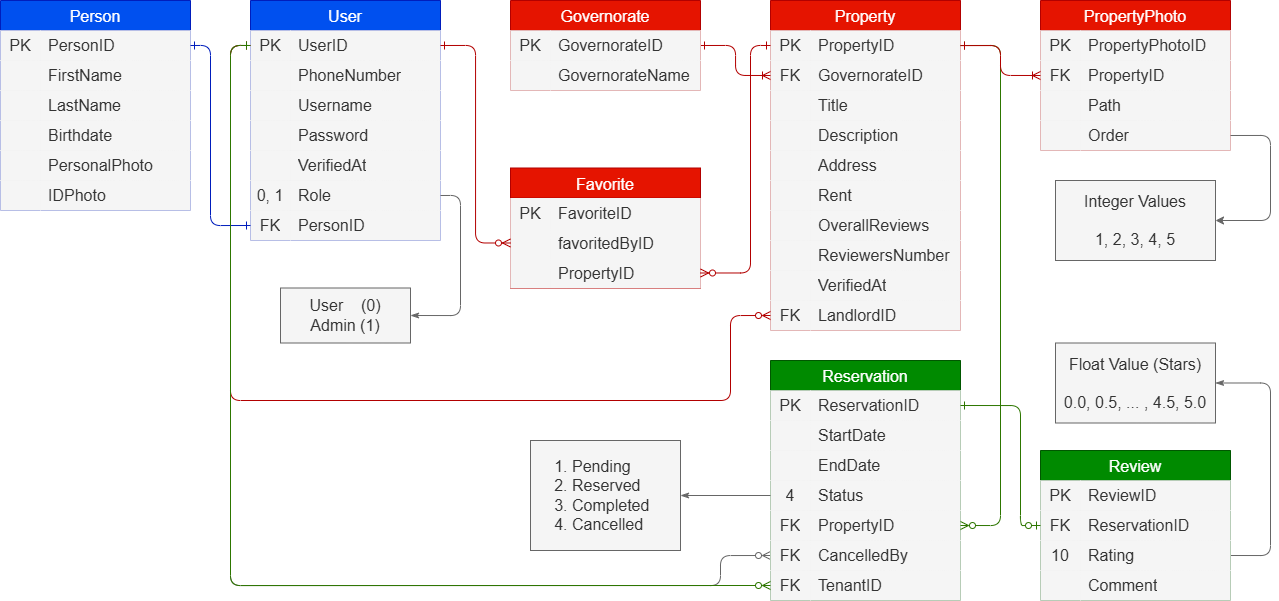
Before: database/diagrams/renting_app_database.png, a diagram exported from draw.io (KareemAlHamwi/Renting-App). Source tidied: cells renumbered, new cells last; positions are measured from the earlier drawing's top-left corner, leaving out a move shared by most shapes.
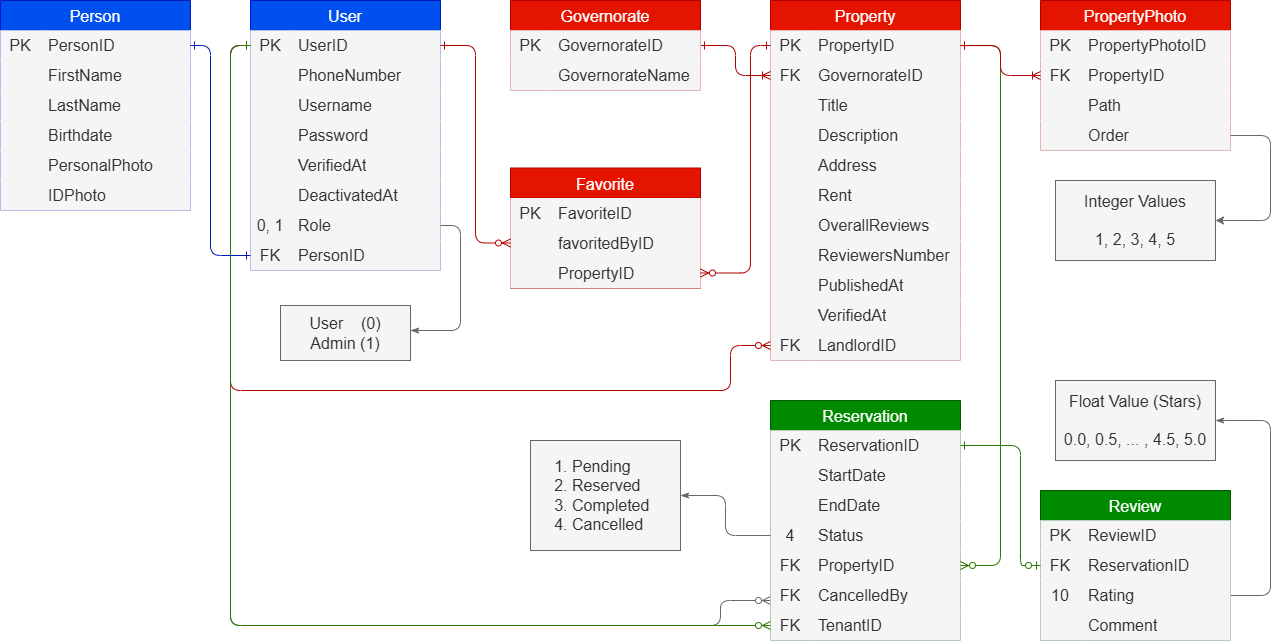
The same file after the commit.

Diff of the diagram source:
```diff
@@ -2,14 +2,14 @@
   <root>
     <mxCell id="0" />
     <mxCell id="1" parent="0" />
-    <mxCell id="2" style="edgeStyle=orthogonalEdgeStyle;html=1;exitX=0;exitY=0.5;exitDx=0;exitDy=0;fontSize=16;startArrow=ERone;startFill=0;endArrow=ERzeroToMany;endFill=0;shadow=0;fontColor=light-dark(#333333,#FFFFFF);entryX=0;entryY=0.5;entryDx=0;entryDy=0;strokeColor=#666666;" parent="1" edge="1" target="91">
+    <mxCell id="2" style="edgeStyle=orthogonalEdgeStyle;html=1;exitX=0;exitY=0.5;exitDx=0;exitDy=0;fontSize=16;startArrow=ERone;startFill=0;endArrow=ERzeroToMany;endFill=0;shadow=0;fontColor=light-dark(#333333,#FFFFFF);entryX=0;entryY=0.5;entryDx=0;entryDy=0;strokeColor=#666666;" parent="1" edge="1" source="23">
       <mxGeometry relative="1" as="geometry">
-        <mxPoint x="250" y="45" as="sourcePoint" />
+        <mxPoint x="770" y="600" as="targetPoint" />
         <Array as="points">
           <mxPoint x="230" y="45" />
-          <mxPoint x="230" y="585" />
-          <mxPoint x="720" y="585" />
-          <mxPoint x="720" y="555" />
+          <mxPoint x="230" y="625" />
+          <mxPoint x="720" y="625" />
+          <mxPoint x="720" y="600" />
         </Array>
       </mxGeometry>
     </mxCell>
@@ -71,7 +71,7 @@
       <mxGeometry x="40" width="150" height="30" as="geometry" />
     </mxCell>
     <mxCell id="22" value="User" style="shape=table;startSize=30;rowLines=0;fontStyle=0;fontSize=16;shadow=0;fillColor=#0050ef;strokeColor=#001DBC;fontColor=#ffffff;" parent="1" vertex="1">
-      <mxGeometry x="250" width="190" height="240" as="geometry" />
+      <mxGeometry x="250" width="190" height="270" as="geometry" />
     </mxCell>
     <mxCell id="23" style="shape=tableRow;horizontal=0;startSize=0;swimlaneHead=0;swimlaneBody=0;top=0;left=0;bottom=0;right=0;fillColor=#f5f5f5;points=[[0,0.5],[1,0.5]];portConstraint=eastwest;fontSize=16;shadow=0;strokeColor=#666666;fontColor=light-dark(#333333,#FFFFFF);" parent="22" vertex="1">
       <mxGeometry y="30" width="190" height="30" as="geometry" />
@@ -118,8 +118,17 @@
     <mxCell id="37" value="VerifiedAt" style="shape=partialRectangle;html=1;whiteSpace=wrap;fillColor=#f5f5f5;top=0;left=0;bottom=0;right=0;align=left;spacingLeft=6;overflow=hidden;fontSize=16;shadow=0;strokeColor=#666666;fontColor=light-dark(#333333,#FFFFFF);" parent="35" vertex="1">
       <mxGeometry x="40" width="150" height="30" as="geometry" />
     </mxCell>
+    <mxCell id="157" style="shape=tableRow;horizontal=0;startSize=0;swimlaneHead=0;swimlaneBody=0;top=0;left=0;bottom=0;right=0;fillColor=#f5f5f5;fontSize=16;shadow=0;strokeColor=#666666;fontColor=light-dark(#333333,#FFFFFF);" parent="22" vertex="1">
+      <mxGeometry y="180" width="190" height="30" as="geometry" />
+    </mxCell>
+    <mxCell id="158" style="shape=partialRectangle;html=1;whiteSpace=wrap;fillColor=#f5f5f5;top=0;left=0;bottom=0;right=0;overflow=hidden;fontSize=16;shadow=0;strokeColor=#666666;fontColor=light-dark(#333333,#FFFFFF);" parent="157" vertex="1">
+      <mxGeometry width="40" height="30" as="geometry" />
+    </mxCell>
+    <mxCell id="159" value="DeactivatedAt" style="shape=partialRectangle;html=1;whiteSpace=wrap;fillColor=#f5f5f5;top=0;left=0;bottom=0;right=0;align=left;spacingLeft=6;overflow=hidden;fontSize=16;shadow=0;strokeColor=#666666;fontColor=light-dark(#333333,#FFFFFF);" parent="157" vertex="1">
+      <mxGeometry x="40" width="150" height="30" as="geometry" />
+    </mxCell>
     <mxCell id="38" style="shape=tableRow;horizontal=0;startSize=0;swimlaneHead=0;swimlaneBody=0;top=0;left=0;bottom=0;right=0;fillColor=#f5f5f5;points=[[0,0.5],[1,0.5]];portConstraint=eastwest;fontSize=16;shadow=0;strokeColor=#666666;fontColor=light-dark(#333333,#FFFFFF);" parent="22" vertex="1">
-      <mxGeometry y="180" width="190" height="30" as="geometry" />
+      <mxGeometry y="210" width="190" height="30" as="geometry" />
     </mxCell>
     <mxCell id="39" value="0, 1" style="shape=partialRectangle;html=1;whiteSpace=wrap;fillColor=#f5f5f5;top=0;left=0;bottom=0;right=0;overflow=hidden;fontSize=16;shadow=0;strokeColor=#666666;fontColor=light-dark(#333333,#FFFFFF);" parent="38" vertex="1">
       <mxGeometry width="40" height="30" as="geometry" />
@@ -128,7 +137,7 @@
       <mxGeometry x="40" width="150" height="30" as="geometry" />
     </mxCell>
     <mxCell id="41" style="shape=tableRow;horizontal=0;startSize=0;swimlaneHead=0;swimlaneBody=0;top=0;left=0;bottom=0;right=0;fillColor=#f5f5f5;points=[[0,0.5],[1,0.5]];portConstraint=eastwest;fontSize=16;shadow=0;strokeColor=#666666;fontColor=light-dark(#333333,#FFFFFF);" parent="22" vertex="1">
-      <mxGeometry y="210" width="190" height="30" as="geometry" />
+      <mxGeometry y="240" width="190" height="30" as="geometry" />
     </mxCell>
     <mxCell id="42" value="FK" style="shape=partialRectangle;html=1;whiteSpace=wrap;fillColor=#f5f5f5;top=0;left=0;bottom=0;right=0;overflow=hidden;fontSize=16;shadow=0;strokeColor=#666666;fontColor=light-dark(#333333,#FFFFFF);" parent="41" vertex="1">
       <mxGeometry width="40" height="30" as="geometry" />
@@ -137,7 +146,7 @@
       <mxGeometry x="40" width="150" height="30" as="geometry" />
     </mxCell>
     <mxCell id="44" value="Property" style="shape=table;startSize=30;rowLines=0;fontStyle=0;fontSize=16;shadow=0;fillColor=#e51400;strokeColor=#B20000;fontColor=#ffffff;" parent="1" vertex="1">
-      <mxGeometry x="770" width="190" height="330" as="geometry" />
+      <mxGeometry x="770" width="190" height="360" as="geometry" />
     </mxCell>
     <mxCell id="45" style="shape=tableRow;horizontal=0;startSize=0;swimlaneHead=0;swimlaneBody=0;top=0;left=0;bottom=0;right=0;fillColor=#f5f5f5;points=[[0,0.5],[1,0.5]];portConstraint=eastwest;fontSize=16;shadow=0;strokeColor=#666666;fontColor=light-dark(#333333,#FFFFFF);" parent="44" vertex="1">
       <mxGeometry y="30" width="190" height="30" as="geometry" />
@@ -211,8 +220,17 @@
     <mxCell id="68" value="ReviewersNumber" style="shape=partialRectangle;html=1;whiteSpace=wrap;fillColor=#f5f5f5;top=0;left=0;bottom=0;right=0;align=left;spacingLeft=6;overflow=hidden;fontSize=16;shadow=0;strokeColor=#666666;fontColor=light-dark(#333333,#FFFFFF);" parent="66" vertex="1">
       <mxGeometry x="40" width="150" height="30" as="geometry" />
     </mxCell>
+    <mxCell id="160" style="shape=tableRow;horizontal=0;startSize=0;swimlaneHead=0;swimlaneBody=0;top=0;left=0;bottom=0;right=0;fillColor=#f5f5f5;fontSize=16;shadow=0;strokeColor=#666666;fontColor=light-dark(#333333,#FFFFFF);" parent="44" vertex="1">
+      <mxGeometry y="270" width="190" height="30" as="geometry" />
+    </mxCell>
+    <mxCell id="161" style="shape=partialRectangle;html=1;whiteSpace=wrap;fillColor=#f5f5f5;top=0;left=0;bottom=0;right=0;overflow=hidden;fontSize=16;shadow=0;strokeColor=#666666;fontColor=light-dark(#333333,#FFFFFF);" parent="160" vertex="1">
+      <mxGeometry width="40" height="30" as="geometry" />
+    </mxCell>
+    <mxCell id="162" value="PublishedAt" style="shape=partialRectangle;html=1;whiteSpace=wrap;fillColor=#f5f5f5;top=0;left=0;bottom=0;right=0;align=left;spacingLeft=6;overflow=hidden;fontSize=16;shadow=0;strokeColor=#666666;fontColor=light-dark(#333333,#FFFFFF);" parent="160" vertex="1">
+      <mxGeometry x="40" width="150" height="30" as="geometry" />
+    </mxCell>
     <mxCell id="69" style="shape=tableRow;horizontal=0;startSize=0;swimlaneHead=0;swimlaneBody=0;top=0;left=0;bottom=0;right=0;fillColor=#f5f5f5;fontSize=16;shadow=0;strokeColor=#666666;fontColor=light-dark(#333333,#FFFFFF);" parent="44" vertex="1">
-      <mxGeometry y="270" width="190" height="30" as="geometry" />
+      <mxGeometry y="300" width="190" height="30" as="geometry" />
     </mxCell>
     <mxCell id="70" style="shape=partialRectangle;html=1;whiteSpace=wrap;fillColor=#f5f5f5;top=0;left=0;bottom=0;right=0;overflow=hidden;fontSize=16;shadow=0;strokeColor=#666666;fontColor=light-dark(#333333,#FFFFFF);" parent="69" vertex="1">
       <mxGeometry width="40" height="30" as="geometry" />
@@ -221,7 +239,7 @@
       <mxGeometry x="40" width="150" height="30" as="geometry" />
     </mxCell>
     <mxCell id="72" style="shape=tableRow;horizontal=0;startSize=0;swimlaneHead=0;swimlaneBody=0;top=0;left=0;bottom=0;right=0;fillColor=#f5f5f5;points=[[0,0.5],[1,0.5]];portConstraint=eastwest;fontSize=16;shadow=0;strokeColor=#666666;fontColor=light-dark(#333333,#FFFFFF);" parent="44" vertex="1">
-      <mxGeometry y="300" width="190" height="30" as="geometry" />
+      <mxGeometry y="330" width="190" height="30" as="geometry" />
     </mxCell>
     <mxCell id="73" value="FK" style="shape=partialRectangle;html=1;whiteSpace=wrap;fillColor=#f5f5f5;top=0;left=0;bottom=0;right=0;overflow=hidden;fontSize=16;shadow=0;strokeColor=#666666;fontColor=light-dark(#333333,#FFFFFF);" parent="72" vertex="1">
       <mxGeometry width="40" height="30" as="geometry" />
@@ -230,7 +248,7 @@
       <mxGeometry x="40" width="150" height="30" as="geometry" />
     </mxCell>
     <mxCell id="75" value="Reservation" style="shape=table;startSize=30;rowLines=0;fontStyle=0;fontSize=16;shadow=0;fillColor=#008a00;strokeColor=#005700;fontColor=#ffffff;" parent="1" vertex="1">
-      <mxGeometry x="770" y="360" width="190" height="240" as="geometry" />
+      <mxGeometry x="770" y="400" width="190" height="240" as="geometry" />
     </mxCell>
     <mxCell id="76" style="shape=tableRow;horizontal=0;startSize=0;swimlaneHead=0;swimlaneBody=0;top=0;left=0;bottom=0;right=0;fillColor=#f5f5f5;points=[[0,0.5],[1,0.5]];portConstraint=eastwest;fontSize=16;shadow=0;strokeColor=#666666;fontColor=light-dark(#333333,#FFFFFF);" parent="75" vertex="1">
       <mxGeometry y="30" width="190" height="30" as="geometry" />
@@ -299,7 +317,7 @@
       <mxGeometry relative="1" as="geometry">
         <Array as="points">
           <mxPoint x="210" y="45" />
-          <mxPoint x="210" y="225" />
+          <mxPoint x="210" y="255" />
         </Array>
       </mxGeometry>
     </mxCell>
@@ -307,9 +325,9 @@
       <mxGeometry relative="1" as="geometry">
         <Array as="points">
           <mxPoint x="230" y="45" />
-          <mxPoint x="230" y="400" />
-          <mxPoint x="730" y="400" />
-          <mxPoint x="730" y="315" />
+          <mxPoint x="230" y="390" />
+          <mxPoint x="730" y="390" />
+          <mxPoint x="730" y="345" />
         </Array>
       </mxGeometry>
     </mxCell>
@@ -320,7 +338,7 @@
       <mxGeometry relative="1" as="geometry">
         <Array as="points">
           <mxPoint x="230" y="45" />
-          <mxPoint x="230" y="585" />
+          <mxPoint x="230" y="625" />
         </Array>
       </mxGeometry>
     </mxCell>
@@ -349,15 +367,15 @@
       <mxGeometry relative="1" as="geometry">
         <Array as="points">
           <mxPoint x="1000" y="45" />
-          <mxPoint x="1000" y="525" />
+          <mxPoint x="1000" y="565" />
         </Array>
       </mxGeometry>
     </mxCell>
     <mxCell id="109" style="edgeStyle=orthogonalEdgeStyle;html=1;exitX=1;exitY=0.5;exitDx=0;exitDy=0;entryX=1;entryY=0.5;entryDx=0;entryDy=0;endArrow=none;endFill=0;startArrow=classicThin;startFill=1;fillColor=#f5f5f5;fontColor=light-dark(#333333,#FFFFFF);strokeColor=light-dark(#666666,#FFFFFF);" parent="1" edge="1" source="141" target="133">
       <mxGeometry relative="1" as="geometry">
         <Array as="points">
-          <mxPoint x="1270" y="382" />
-          <mxPoint x="1270" y="555" />
+          <mxPoint x="1270" y="420" />
+          <mxPoint x="1270" y="595" />
         </Array>
       </mxGeometry>
     </mxCell>
@@ -416,7 +434,7 @@
       </mxGeometry>
     </mxCell>
     <mxCell id="126" value="Review" style="shape=table;startSize=30;rowLines=0;fontStyle=0;fontSize=16;shadow=0;fillColor=#008a00;strokeColor=#005700;fontColor=#ffffff;" parent="1" vertex="1">
-      <mxGeometry x="1040" y="450" width="190" height="150" as="geometry" />
+      <mxGeometry x="1040" y="490" width="190" height="150" as="geometry" />
     </mxCell>
     <mxCell id="127" style="shape=tableRow;horizontal=0;startSize=0;swimlaneHead=0;swimlaneBody=0;top=0;left=0;bottom=0;right=0;fillColor=#f5f5f5;fontSize=16;shadow=0;strokeColor=#666666;fontColor=light-dark(#333333,#FFFFFF);" parent="126" vertex="1">
       <mxGeometry y="30" width="190" height="30" as="geometry" />
@@ -457,8 +475,8 @@
     <mxCell id="139" style="edgeStyle=orthogonalEdgeStyle;html=1;exitX=0;exitY=0.5;exitDx=0;exitDy=0;startArrow=ERzeroToOne;startFill=0;endArrow=ERone;endFill=0;fillColor=#60a917;fontColor=light-dark(#333333,#FFFFFF);strokeColor=#2D7600;entryX=1;entryY=0.5;entryDx=0;entryDy=0;" parent="1" edge="1" source="130" target="76">
       <mxGeometry relative="1" as="geometry">
         <Array as="points">
-          <mxPoint x="1020" y="525" />
-          <mxPoint x="1020" y="405" />
+          <mxPoint x="1020" y="565" />
+          <mxPoint x="1020" y="445" />
         </Array>
       </mxGeometry>
     </mxCell>
@@ -466,7 +484,7 @@
       <mxGeometry x="1055" y="180" width="160" height="80" as="geometry" />
     </mxCell>
     <mxCell id="141" value="&lt;div&gt;&lt;font style=&quot;&quot;&gt;Float Value (Stars)&lt;br&gt;&lt;br&gt;0.0, 0.5, ... , 4.5, 5.0&lt;/font&gt;&lt;/div&gt;" style="rounded=0;whiteSpace=wrap;html=1;align=center;fontSize=16;shadow=0;fillColor=#f5f5f5;strokeColor=light-dark(#666666,#FFFFFF);fontColor=light-dark(#333333,#FFFFFF);" parent="1" vertex="1">
-      <mxGeometry x="1055" y="342.5" width="160" height="80" as="geometry" />
+      <mxGeometry x="1055" y="380" width="160" height="80" as="geometry" />
     </mxCell>
     <mxCell id="142" style="edgeStyle=orthogonalEdgeStyle;html=1;exitX=1;exitY=0.5;exitDx=0;exitDy=0;entryX=1;entryY=0.5;entryDx=0;entryDy=0;fillColor=#f5f5f5;fontColor=light-dark(#333333,#FFFFFF);strokeColor=light-dark(#666666,#FFFFFF);" parent="1" edge="1" source="122" target="140">
       <mxGeometry relative="1" as="geometry">
@@ -477,13 +495,15 @@
       </mxGeometry>
     </mxCell>
     <mxCell id="143" value="User&amp;nbsp; &amp;nbsp; (0)&lt;br&gt;Admin (1)" style="rounded=0;whiteSpace=wrap;html=1;align=center;fontSize=16;shadow=0;fillColor=#f5f5f5;strokeColor=light-dark(#666666,#FFFFFF);fontColor=light-dark(#333333,#FFFFFF);" parent="1" vertex="1">
-      <mxGeometry x="280" y="287.5" width="130" height="55" as="geometry" />
+      <mxGeometry x="280" y="305" width="130" height="55" as="geometry" />
     </mxCell>
-    <mxCell id="144" style="html=1;endArrow=classicThin;endFill=1;startArrow=none;startFill=0;fontSize=16;shadow=0;fillColor=#f5f5f5;fontColor=light-dark(#333333,#FFFFFF);strokeColor=light-dark(#666666,#FFFFFF);edgeStyle=orthogonalEdgeStyle;exitX=1;exitY=0.5;exitDx=0;exitDy=0;entryX=1;entryY=0.5;entryDx=0;entryDy=0;" parent="1" edge="1" source="38" target="143">
+    <mxCell id="144" style="html=1;endArrow=classicThin;endFill=1;startArrow=none;startFill=0;fontSize=16;shadow=0;fillColor=#f5f5f5;fontColor=light-dark(#333333,#FFFFFF);strokeColor=light-dark(#666666,#FFFFFF);edgeStyle=orthogonalEdgeStyle;exitX=1;exitY=0.5;exitDx=0;exitDy=0;" parent="1" edge="1" source="38">
       <mxGeometry relative="1" as="geometry">
+        <mxPoint x="410" y="330" as="targetPoint" />
         <Array as="points">
-          <mxPoint x="460" y="195" />
-          <mxPoint x="460" y="315" />
+          <mxPoint x="460" y="225" />
+          <mxPoint x="460" y="330" />
+          <mxPoint x="410" y="330" />
         </Array>
       </mxGeometry>
     </mxCell>
```
